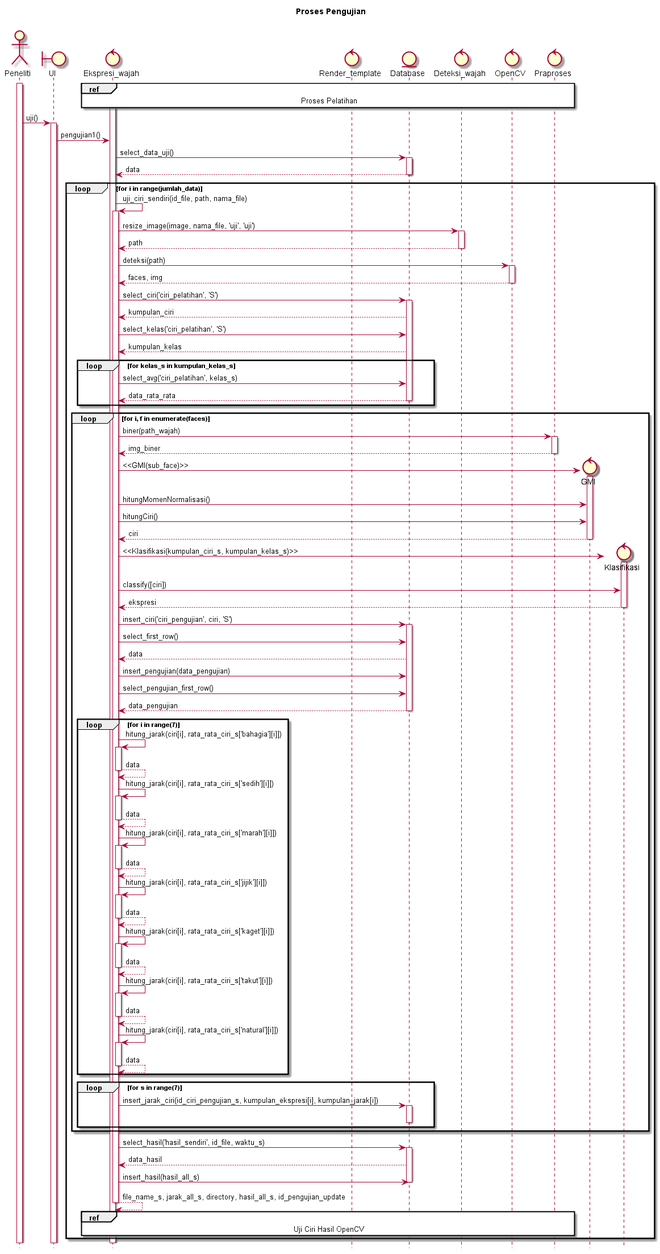
The PlantUML diagram diagram/SD_pengujian V2.png in ayulestari10/gmisvm, before a commit. Source of this version:
```plantuml
@startuml
hide footbox
title Proses Pengujian\n

actor Peneliti
boundary UI
control Ekspresi_wajah
control Render_template
entity Database
control Deteksi_wajah
control OpenCV
control Praproses

activate Ekspresi_wajah
ref over Ekspresi_wajah, Praproses : Proses Pelatihan

activate Peneliti
Peneliti -> UI : uji()
activate UI
UI -> Ekspresi_wajah : pengujian1()


	Ekspresi_wajah -> Database : select_data_uji()
	activate Database
	Database --> Ekspresi_wajah : data
	deactivate Database

	loop for i in range(jumlah_data)

		Ekspresi_wajah -> Ekspresi_wajah : uji_ciri_sendiri(id_file, path, nama_file)
		activate Ekspresi_wajah

		Ekspresi_wajah -> Deteksi_wajah : resize_image(image, nama_file, 'uji', 'uji')
		activate Deteksi_wajah
		Deteksi_wajah --> Ekspresi_wajah : path
		deactivate Deteksi_wajah

		Ekspresi_wajah -> OpenCV : deteksi(path)
		activate OpenCV
		OpenCV --> Ekspresi_wajah : faces, img
		deactivate OpenCV

		Ekspresi_wajah -> Database : select_ciri('ciri_pelatihan', 'S')
		activate Database
		Database --> Ekspresi_wajah : kumpulan_ciri

		Ekspresi_wajah -> Database : select_kelas('ciri_pelatihan', 'S')
		Database --> Ekspresi_wajah : kumpulan_kelas

		loop for kelas_s in kumpulan_kelas_s
			Ekspresi_wajah -> Database : select_avg('ciri_pelatihan', kelas_s)
			Database --> Ekspresi_wajah : data_rata_rata
			deactivate Database
		end



		loop for i, f in enumerate(faces)
			Ekspresi_wajah -> Praproses : biner(path_wajah)
			activate Praproses
			Praproses --> Ekspresi_wajah : img_biner
			deactivate Praproses

			create control GMI
			Ekspresi_wajah -> GMI : <<GMI(sub_face)>>
			activate GMI
			Ekspresi_wajah -> GMI : hitungMomenNormalisasi()
			Ekspresi_wajah -> GMI : hitungCiri()
			GMI --> Ekspresi_wajah : ciri
			deactivate GMI

			create control Klasifikasi
			Ekspresi_wajah -> Klasifikasi : <<Klasifikasi(kumpulan_ciri_s, kumpulan_kelas_s)>>
			activate Klasifikasi
			Ekspresi_wajah -> Klasifikasi : classify([ciri])
			Klasifikasi --> Ekspresi_wajah : ekspresi
			deactivate Klasifikasi

			Ekspresi_wajah -> Database : insert_ciri('ciri_pengujian', ciri, 'S')
			activate Database
			Ekspresi_wajah -> Database : select_first_row()
			Database --> Ekspresi_wajah : data
			Ekspresi_wajah -> Database : insert_pengujian(data_pengujian)
			Ekspresi_wajah -> Database : select_pengujian_first_row()
			Database --> Ekspresi_wajah : data_pengujian
			deactivate Database


			loop for i in range(7)
				Ekspresi_wajah -> Ekspresi_wajah : hitung_jarak(ciri[i], rata_rata_ciri_s['bahagia'][i]])
				activate Ekspresi_wajah
				Ekspresi_wajah --> Ekspresi_wajah : data
				deactivate Ekspresi_wajah
				Ekspresi_wajah -> Ekspresi_wajah : hitung_jarak(ciri[i], rata_rata_ciri_s['sedih'][i]])
				activate Ekspresi_wajah
				Ekspresi_wajah --> Ekspresi_wajah : data
				deactivate Ekspresi_wajah
				Ekspresi_wajah -> Ekspresi_wajah : hitung_jarak(ciri[i], rata_rata_ciri_s['marah'][i]])
				activate Ekspresi_wajah
				Ekspresi_wajah --> Ekspresi_wajah : data
				deactivate Ekspresi_wajah
				Ekspresi_wajah -> Ekspresi_wajah : hitung_jarak(ciri[i], rata_rata_ciri_s['jijik'][i]])
				activate Ekspresi_wajah
				Ekspresi_wajah --> Ekspresi_wajah : data
				deactivate Ekspresi_wajah
				Ekspresi_wajah -> Ekspresi_wajah : hitung_jarak(ciri[i], rata_rata_ciri_s['kaget'][i]])
				activate Ekspresi_wajah
				Ekspresi_wajah --> Ekspresi_wajah : data
				deactivate Ekspresi_wajah
				Ekspresi_wajah -> Ekspresi_wajah : hitung_jarak(ciri[i], rata_rata_ciri_s['takut'][i]])
				activate Ekspresi_wajah
				Ekspresi_wajah --> Ekspresi_wajah : data
				deactivate Ekspresi_wajah
				Ekspresi_wajah -> Ekspresi_wajah : hitung_jarak(ciri[i], rata_rata_ciri_s['natural'][i]])
				activate Ekspresi_wajah
				Ekspresi_wajah --> Ekspresi_wajah : data
				deactivate Ekspresi_wajah
			end

			loop for s in range(7)
				Ekspresi_wajah -> Database : insert_jarak_ciri(id_ciri_pengujian_s, kumpulan_ekspresi[i], kumpulan_jarak[i])
				activate Database
				deactivate Database
			end
		end


		Ekspresi_wajah -> Database : select_hasil('hasil_sendiri', id_file, waktu_s)
		activate Database
		Database --> Ekspresi_wajah : data_hasil
		Ekspresi_wajah -> Database : insert_hasil(hasil_all_s)
		deactivate Database

		Ekspresi_wajah --> Ekspresi_wajah :file_name_s, jarak_all_s, directory, hasil_all_s, id_pengujian_update


		ref over Ekspresi_wajah, Praproses : Uji Ciri Hasil OpenCV

		deactivate Deteksi_wajah
		deactivate Ekspresi_wajah

	end
@enduml
```
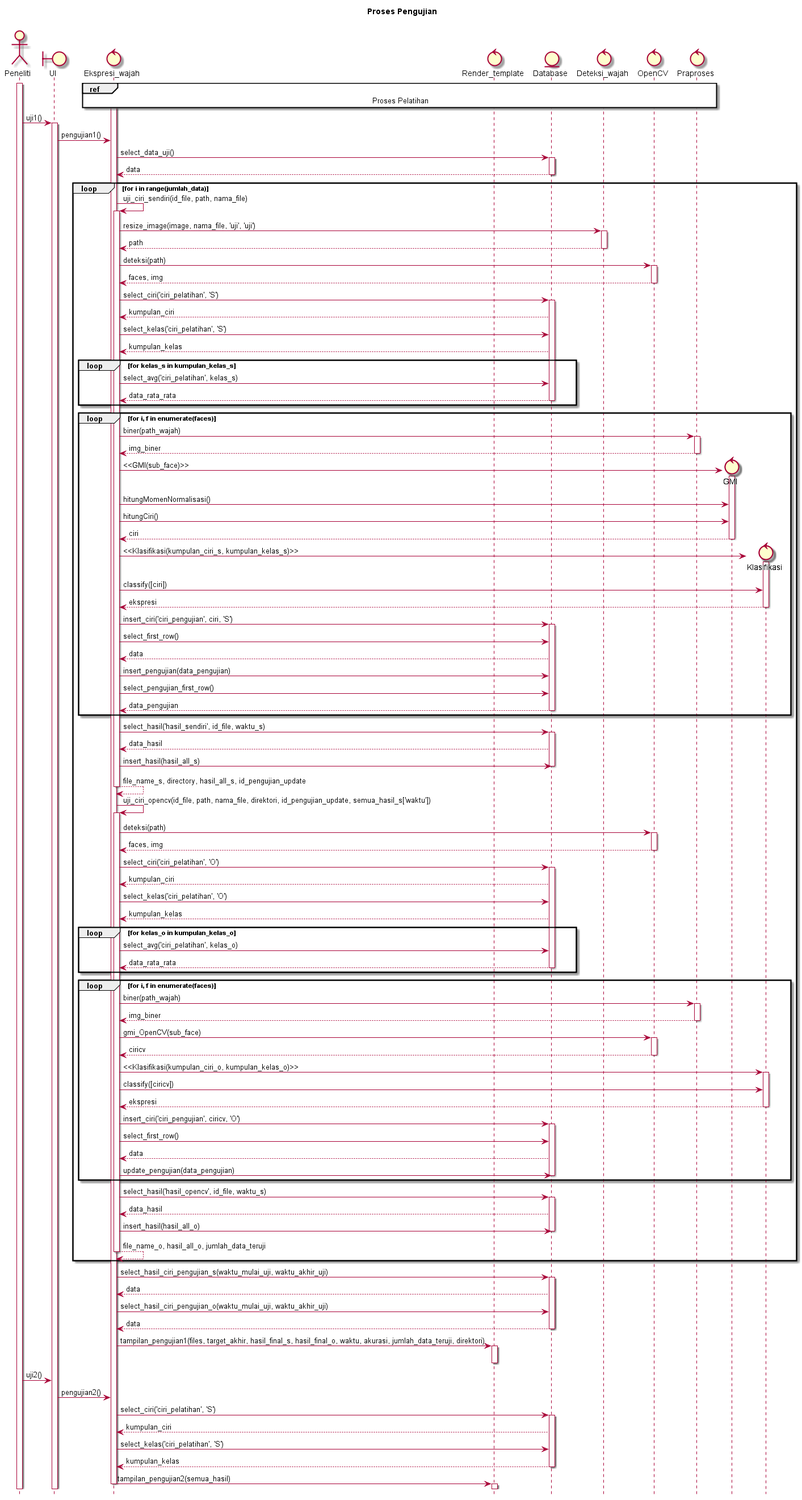
The same file after the commit.

The edit, as a diff of the source:
```diff
@@ -15,7 +15,7 @@
 ref over Ekspresi_wajah, Praproses : Proses Pelatihan
 
 activate Peneliti
-Peneliti -> UI : uji()
+Peneliti -> UI : uji1()
 activate UI
 UI -> Ekspresi_wajah : pengujian1()
 
@@ -84,44 +84,6 @@
 			Ekspresi_wajah -> Database : select_pengujian_first_row()
 			Database --> Ekspresi_wajah : data_pengujian
 			deactivate Database
-
-
-			loop for i in range(7)
-				Ekspresi_wajah -> Ekspresi_wajah : hitung_jarak(ciri[i], rata_rata_ciri_s['bahagia'][i]])
-				activate Ekspresi_wajah
-				Ekspresi_wajah --> Ekspresi_wajah : data
-				deactivate Ekspresi_wajah
-				Ekspresi_wajah -> Ekspresi_wajah : hitung_jarak(ciri[i], rata_rata_ciri_s['sedih'][i]])
-				activate Ekspresi_wajah
-				Ekspresi_wajah --> Ekspresi_wajah : data
-				deactivate Ekspresi_wajah
-				Ekspresi_wajah -> Ekspresi_wajah : hitung_jarak(ciri[i], rata_rata_ciri_s['marah'][i]])
-				activate Ekspresi_wajah
-				Ekspresi_wajah --> Ekspresi_wajah : data
-				deactivate Ekspresi_wajah
-				Ekspresi_wajah -> Ekspresi_wajah : hitung_jarak(ciri[i], rata_rata_ciri_s['jijik'][i]])
-				activate Ekspresi_wajah
-				Ekspresi_wajah --> Ekspresi_wajah : data
-				deactivate Ekspresi_wajah
-				Ekspresi_wajah -> Ekspresi_wajah : hitung_jarak(ciri[i], rata_rata_ciri_s['kaget'][i]])
-				activate Ekspresi_wajah
-				Ekspresi_wajah --> Ekspresi_wajah : data
-				deactivate Ekspresi_wajah
-				Ekspresi_wajah -> Ekspresi_wajah : hitung_jarak(ciri[i], rata_rata_ciri_s['takut'][i]])
-				activate Ekspresi_wajah
-				Ekspresi_wajah --> Ekspresi_wajah : data
-				deactivate Ekspresi_wajah
-				Ekspresi_wajah -> Ekspresi_wajah : hitung_jarak(ciri[i], rata_rata_ciri_s['natural'][i]])
-				activate Ekspresi_wajah
-				Ekspresi_wajah --> Ekspresi_wajah : data
-				deactivate Ekspresi_wajah
-			end
-
-			loop for s in range(7)
-				Ekspresi_wajah -> Database : insert_jarak_ciri(id_ciri_pengujian_s, kumpulan_ekspresi[i], kumpulan_jarak[i])
-				activate Database
-				deactivate Database
-			end
 		end
 
 
@@ -131,13 +93,105 @@
 		Ekspresi_wajah -> Database : insert_hasil(hasil_all_s)
 		deactivate Database
 
-		Ekspresi_wajah --> Ekspresi_wajah :file_name_s, jarak_all_s, directory, hasil_all_s, id_pengujian_update
+		Ekspresi_wajah --> Ekspresi_wajah :file_name_s, directory, hasil_all_s, id_pengujian_update
+
+		deactivate Ekspresi_wajah
 
 
-		ref over Ekspresi_wajah, Praproses : Uji Ciri Hasil OpenCV
 
-		deactivate Deteksi_wajah
-		deactivate Ekspresi_wajah
+
+
+
+	Ekspresi_wajah -> Ekspresi_wajah : uji_ciri_opencv(id_file, path, nama_file, direktori, id_pengujian_update, semua_hasil_s['waktu'])
+
+	activate Ekspresi_wajah
+
+	Ekspresi_wajah -> OpenCV : deteksi(path)
+	activate OpenCV
+	OpenCV --> Ekspresi_wajah : faces, img
+	deactivate OpenCV
+
+	Ekspresi_wajah -> Database : select_ciri('ciri_pelatihan', 'O')
+	activate Database
+	Database --> Ekspresi_wajah : kumpulan_ciri
+
+	Ekspresi_wajah -> Database : select_kelas('ciri_pelatihan', 'O')
+	Database --> Ekspresi_wajah : kumpulan_kelas
+
+
+	loop for kelas_o in kumpulan_kelas_o
+		Ekspresi_wajah -> Database : select_avg('ciri_pelatihan', kelas_o)
+		Database --> Ekspresi_wajah : data_rata_rata
+		deactivate Database
+	end
+
+
+	loop for i, f in enumerate(faces)
+		Ekspresi_wajah -> Praproses : biner(path_wajah)
+		activate Praproses
+		Praproses --> Ekspresi_wajah : img_biner
+		deactivate Praproses
+
+		Ekspresi_wajah -> OpenCV : gmi_OpenCV(sub_face)
+		activate OpenCV
+		OpenCV --> Ekspresi_wajah : ciricv
+		deactivate OpenCV
+
+		create control Klasifikasi
+		Ekspresi_wajah -> Klasifikasi : <<Klasifikasi(kumpulan_ciri_o, kumpulan_kelas_o)>>
+		activate Klasifikasi
+		Ekspresi_wajah -> Klasifikasi : classify([ciricv])
+		Klasifikasi --> Ekspresi_wajah : ekspresi
+		deactivate Klasifikasi
+
+		Ekspresi_wajah -> Database : insert_ciri('ciri_pengujian', ciricv, 'O')
+		activate Database
+		Ekspresi_wajah -> Database : select_first_row()
+		Database --> Ekspresi_wajah : data
+		Ekspresi_wajah -> Database : update_pengujian(data_pengujian)
+		deactivate Database
+	end
+
+
+
+	Ekspresi_wajah -> Database : select_hasil('hasil_opencv', id_file, waktu_s)
+	activate Database
+	Database --> Ekspresi_wajah : data_hasil
+	Ekspresi_wajah -> Database : insert_hasil(hasil_all_o)
+	deactivate Database
+
+	Ekspresi_wajah --> Ekspresi_wajah : file_name_o, hasil_all_o, jumlah_data_teruji
+	deactivate Ekspresi_wajah
 
 	end
+
+	Ekspresi_wajah -> Database : select_hasil_ciri_pengujian_s(waktu_mulai_uji, waktu_akhir_uji)
+	activate Database
+	Database --> Ekspresi_wajah : data
+	Ekspresi_wajah -> Database : select_hasil_ciri_pengujian_o(waktu_mulai_uji, waktu_akhir_uji)
+	Database --> Ekspresi_wajah : data
+	deactivate Database
+
+	Ekspresi_wajah -> Render_template : tampilan_pengujian1(files, target_akhir, hasil_final_s, hasil_final_o, waktu, akurasi, jumlah_data_teruji, direktori)
+
+	activate Render_template
+	deactivate Render_template
+
+
+Peneliti -> UI : uji2()
+UI -> Ekspresi_wajah : pengujian2()
+
+	Ekspresi_wajah -> Database : select_ciri('ciri_pelatihan', 'S')
+	activate Database
+	Database --> Ekspresi_wajah : kumpulan_ciri
+
+	Ekspresi_wajah -> Database : select_kelas('ciri_pelatihan', 'S')
+	Database --> Ekspresi_wajah : kumpulan_kelas
+	deactivate Database
+
+
+	Ekspresi_wajah -> Render_template : tampilan_pengujian2(semua_hasil)
+	deactivate Ekspresi_wajah
+	activate Render_template
+	deactivate Render_template
 @enduml
```
